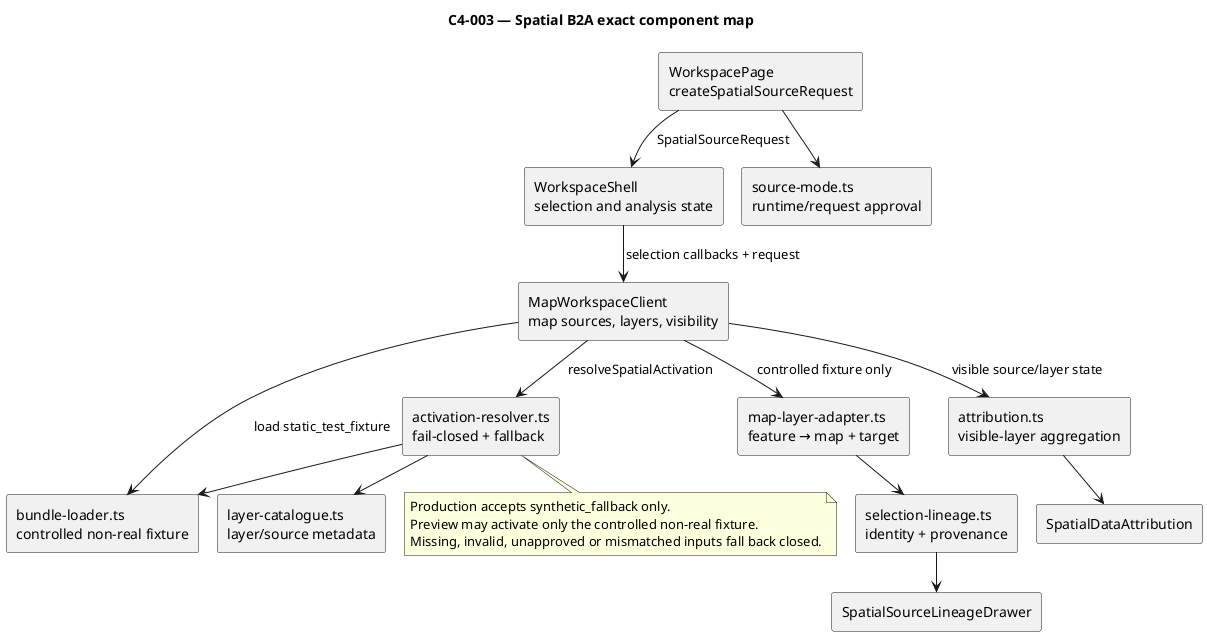
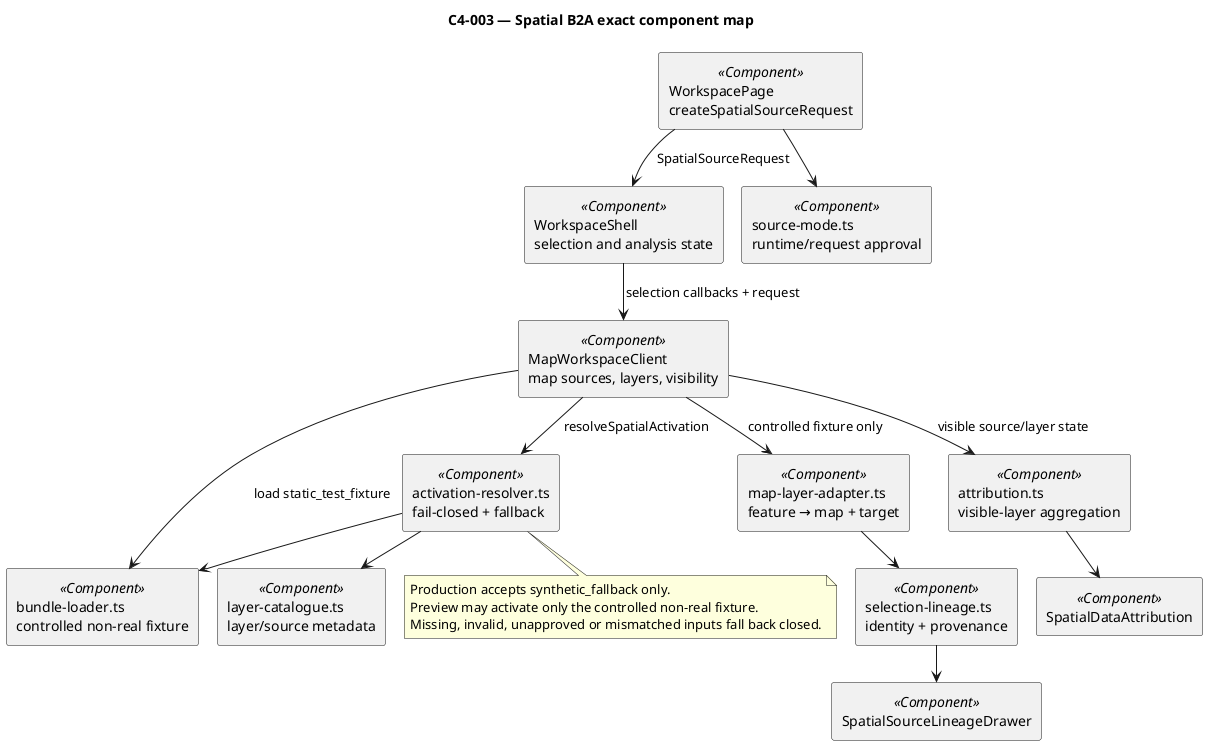
@startuml C4-003
!pragma layout smetana
title C4-003 — Spatial B2A exact component map
skinparam backgroundColor #FFFFFF
skinparam shadowing false
skinparam componentStyle rectangle
skinparam defaultFontName Arial

- component "WorkspacePage\ncreateSpatialSourceRequest" as Page
- component "WorkspaceShell\nselection and analysis state" as Shell
- component "MapWorkspaceClient\nmap sources, layers, visibility" as Map
- component "source-mode.ts\nruntime/request approval" as SourceMode
- component "bundle-loader.ts\ncontrolled non-real fixture" as Bundle
- component "activation-resolver.ts\nfail-closed + fallback" as Activation
- component "layer-catalogue.ts\nlayer/source metadata" as Catalogue
- component "map-layer-adapter.ts\nfeature → map + target" as Adapter
- component "selection-lineage.ts\nidentity + provenance" as Lineage
- component "attribution.ts\nvisible-layer aggregation" as Attribution
- component "SpatialDataAttribution" as AttributionUI
- component "SpatialSourceLineageDrawer" as LineageUI
+ component "WorkspacePage\ncreateSpatialSourceRequest" as Page <<Component>>
+ component "WorkspaceShell\nselection and analysis state" as Shell <<Component>>
+ component "MapWorkspaceClient\nmap sources, layers, visibility" as Map <<Component>>
+ component "source-mode.ts\nruntime/request approval" as SourceMode <<Component>>
+ component "bundle-loader.ts\ncontrolled non-real fixture" as Bundle <<Component>>
+ component "activation-resolver.ts\nfail-closed + fallback" as Activation <<Component>>
+ component "layer-catalogue.ts\nlayer/source metadata" as Catalogue <<Component>>
+ component "map-layer-adapter.ts\nfeature → map + target" as Adapter <<Component>>
+ component "selection-lineage.ts\nidentity + provenance" as Lineage <<Component>>
+ component "attribution.ts\nvisible-layer aggregation" as Attribution <<Component>>
+ component "SpatialDataAttribution" as AttributionUI <<Component>>
+ component "SpatialSourceLineageDrawer" as LineageUI <<Component>>

Page --> SourceMode
Page --> Shell : SpatialSourceRequest
Shell --> Map : selection callbacks + request
Map --> Bundle : load static_test_fixture
Map --> Activation : resolveSpatialActivation
Activation --> Catalogue
Activation --> Bundle
Map --> Adapter : controlled fixture only
Adapter --> Lineage
Map --> Attribution : visible source/layer state
Attribution --> AttributionUI
Lineage --> LineageUI

note bottom of Activation
Production accepts synthetic_fallback only.
Preview may activate only the controlled non-real fixture.
Missing, invalid, unapproved or mismatched inputs fall back closed.
end note
@enduml
